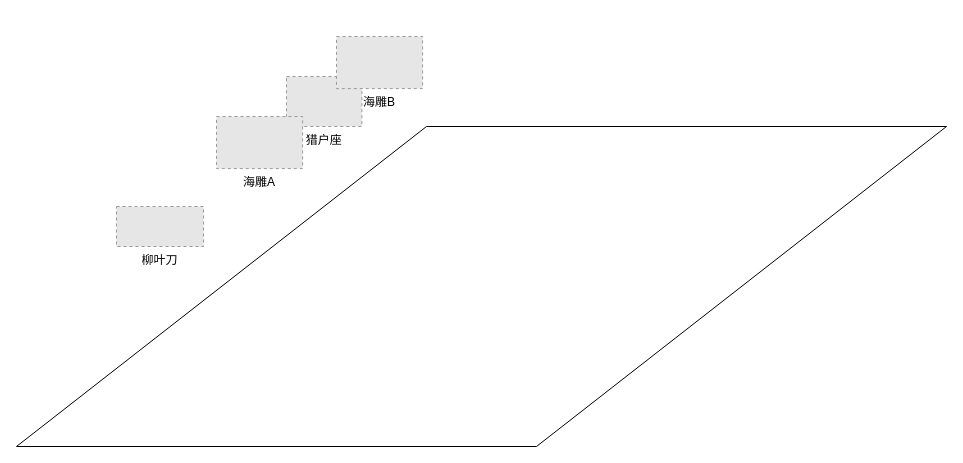
Above: WeaponProject.drawio in ClancyAyres/visio (draw.io), before the change. Source tidied: cells renumbered, new cells numbered last; positions are measured from the earlier drawing's top-left corner, leaving out a move shared by most shapes. Both pictures are drawn from the tidied source at 100%, with x=0, y=0 at pixel (16, 36). Pictures stored in the file or linked from it are replaced by grey dashed boxes.
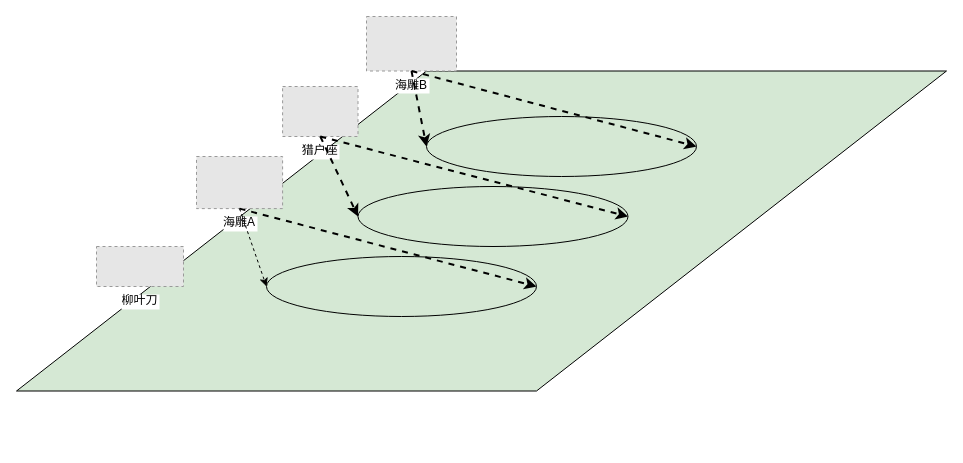
The same page after the edit.

Change to the diagram source:
```diff
@@
 <mxGraphModel>
   <root>
     <mxCell id="0" />
     <mxCell id="1" parent="0" />
+    <mxCell id="5" style="shape=parallelogram;perimeter=parallelogramPerimeter;whiteSpace=wrap;html=1;fixedSize=1;size=410;fillColor=#d5e8d4;" parent="1" vertex="1">
+      <mxGeometry y="34.5" width="930" height="320" as="geometry" />
+    </mxCell>
     <mxCell id="2" value="猎户座" style="fillColor=#E6E6E6;strokeColor=#999999;dashed=1;verticalLabelPosition=bottom;labelBackgroundColor=default;verticalAlign=top;" parent="1" vertex="1">
-      <mxGeometry x="270" y="40" width="75.4" height="50" as="geometry" />
+      <mxGeometry x="266.1" y="50" width="75.4" height="50" as="geometry" />
     </mxCell>
     <mxCell id="3" value="海雕A" style="fillColor=#E6E6E6;strokeColor=#999999;dashed=1;verticalLabelPosition=bottom;labelBackgroundColor=default;verticalAlign=top;" parent="1" vertex="1">
-      <mxGeometry x="200" y="80" width="86.1" height="52.1" as="geometry" />
+      <mxGeometry x="180" y="120" width="86.1" height="52.1" as="geometry" />
     </mxCell>
     <mxCell id="4" value="海雕B" style="fillColor=#E6E6E6;strokeColor=#999999;dashed=1;verticalLabelPosition=bottom;labelBackgroundColor=default;verticalAlign=top;" parent="1" vertex="1">
-      <mxGeometry x="320" width="86.1" height="52.1" as="geometry" />
+      <mxGeometry x="350" y="-20" width="90" height="54.5" as="geometry" />
     </mxCell>
-    <mxCell id="5" style="shape=parallelogram;perimeter=parallelogramPerimeter;whiteSpace=wrap;html=1;fixedSize=1;size=410;fillColor=default;gradientColor=none;" parent="1" vertex="1">
-      <mxGeometry y="90" width="930" height="320" as="geometry" />
-    </mxCell>
     <mxCell id="6" value="柳叶刀" style="fillColor=#E6E6E6;strokeColor=#999999;dashed=1;verticalLabelPosition=bottom;labelBackgroundColor=default;verticalAlign=top;" parent="1" vertex="1">
-      <mxGeometry x="100" y="170" width="87" height="40" as="geometry" />
+      <mxGeometry x="80" y="210" width="87" height="40" as="geometry" />
     </mxCell>
+    <mxCell id="7" style="ellipse;whiteSpace=wrap;html=1;strokeColor=default;fontFamily=Helvetica;fontSize=12;fontColor=default;fillColor=none;" parent="1" vertex="1">
+      <mxGeometry x="410" y="80" width="270" height="60" as="geometry" />
+    </mxCell>
+    <mxCell id="8" style="endArrow=classic;html=1;rounded=0;fontFamily=Helvetica;fontSize=12;fontColor=default;exitX=0.5;exitY=1;exitDx=0;exitDy=0;entryX=1;entryY=0.5;entryDx=0;entryDy=0;strokeWidth=2;dashed=1;" parent="1" edge="1" source="4" target="7">
+      <mxGeometry relative="1" as="geometry" />
+    </mxCell>
+    <mxCell id="9" style="endArrow=classic;html=1;rounded=0;fontFamily=Helvetica;fontSize=12;fontColor=default;exitX=0.5;exitY=1;exitDx=0;exitDy=0;entryX=0;entryY=0.5;entryDx=0;entryDy=0;strokeWidth=2;dashed=1;" parent="1" edge="1" source="4" target="7">
+      <mxGeometry relative="1" as="geometry" />
+    </mxCell>
+    <mxCell id="10" style="ellipse;whiteSpace=wrap;html=1;strokeColor=default;fontFamily=Helvetica;fontSize=12;fontColor=default;fillColor=none;" parent="1" vertex="1">
+      <mxGeometry x="341.5" y="150" width="270" height="60" as="geometry" />
+    </mxCell>
+    <mxCell id="11" style="ellipse;whiteSpace=wrap;html=1;strokeColor=default;fontFamily=Helvetica;fontSize=12;fontColor=default;fillColor=none;" parent="1" vertex="1">
+      <mxGeometry x="250" y="220" width="270" height="60" as="geometry" />
+    </mxCell>
+    <mxCell id="12" style="endArrow=classic;html=1;rounded=0;fontFamily=Helvetica;fontSize=12;fontColor=default;exitX=0.5;exitY=1;exitDx=0;exitDy=0;entryX=1;entryY=0.5;entryDx=0;entryDy=0;strokeWidth=2;dashed=1;" parent="1" edge="1" source="3" target="11">
+      <mxGeometry relative="1" as="geometry" />
+    </mxCell>
+    <mxCell id="13" style="endArrow=classic;html=1;rounded=0;fontFamily=Helvetica;fontSize=12;fontColor=default;exitX=0.5;exitY=1;exitDx=0;exitDy=0;entryX=0;entryY=0.5;entryDx=0;entryDy=0;dashed=1;" parent="1" edge="1" source="3" target="11">
+      <mxGeometry relative="1" as="geometry" />
+    </mxCell>
+    <mxCell id="14" style="endArrow=classic;html=1;rounded=0;strokeWidth=2;fontFamily=Helvetica;fontSize=12;fontColor=default;exitX=0.5;exitY=1;exitDx=0;exitDy=0;entryX=1;entryY=0.5;entryDx=0;entryDy=0;dashed=1;" parent="1" edge="1" source="2" target="10">
+      <mxGeometry relative="1" as="geometry" />
+    </mxCell>
+    <mxCell id="15" style="endArrow=classic;html=1;rounded=0;strokeWidth=2;fontFamily=Helvetica;fontSize=12;fontColor=default;exitX=0.5;exitY=1;exitDx=0;exitDy=0;entryX=0;entryY=0.5;entryDx=0;entryDy=0;dashed=1;" parent="1" edge="1" source="2" target="10">
+      <mxGeometry relative="1" as="geometry" />
+    </mxCell>
   </root>
 </mxGraphModel>
```
